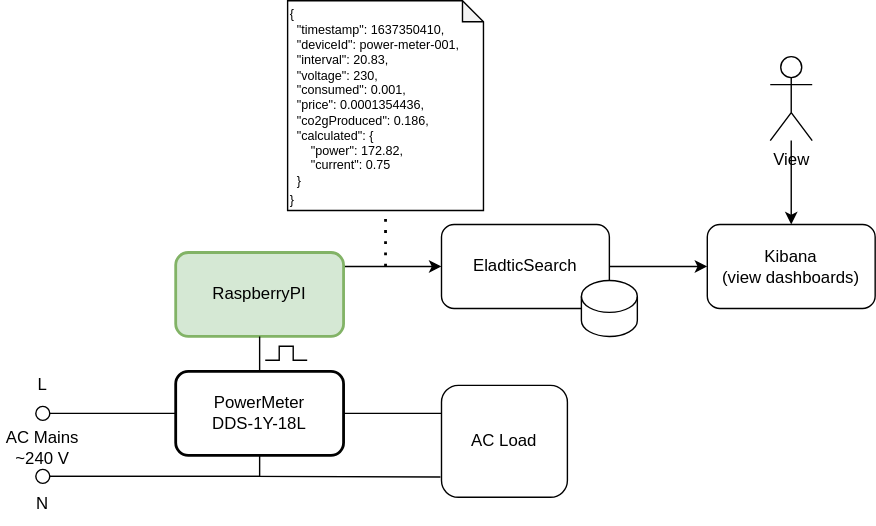
jveverka/rpi-projects keeps this draw.io diagram as rpi-powermeter/docs/rpi-powermeter-architecture.svg. Above is the earlier version. Source tidied: cells renumbered, new cells last; positions are measured from the earlier drawing's top-left corner, leaving out a move shared by most shapes.
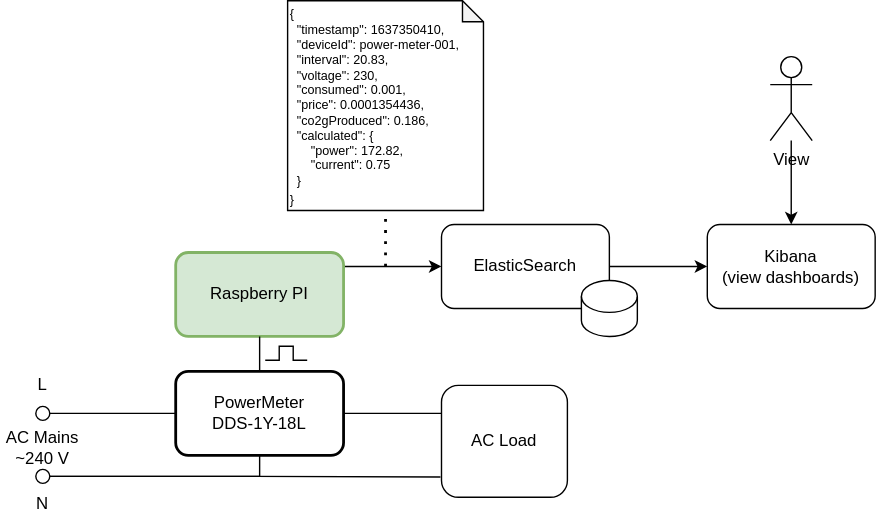
Later version of the same file.

Diff of the diagram source:
```diff
@@ -10,13 +10,13 @@
         </Array>
       </mxGeometry>
     </mxCell>
-    <mxCell id="3" value="&lt;span&gt;RaspberryPI&lt;/span&gt;" style="rounded=1;whiteSpace=wrap;html=1;fillColor=#d5e8d4;strokeColor=#82b366;strokeWidth=2;" parent="1" vertex="1">
+    <mxCell id="3" value="&lt;span&gt;Raspberry PI&lt;/span&gt;" style="rounded=1;whiteSpace=wrap;html=1;fillColor=#d5e8d4;strokeColor=#82b366;strokeWidth=2;" parent="1" vertex="1">
       <mxGeometry x="125" y="180" width="120" height="60" as="geometry" />
     </mxCell>
     <mxCell id="4" style="edgeStyle=orthogonalEdgeStyle;rounded=0;jettySize=auto;html=1;" parent="1" edge="1" source="5" target="6">
       <mxGeometry relative="1" as="geometry" />
     </mxCell>
-    <mxCell id="5" value="EladticSearch" style="rounded=1;whiteSpace=wrap;html=1;" parent="1" vertex="1">
+    <mxCell id="5" value="ElasticSearch" style="rounded=1;whiteSpace=wrap;html=1;" parent="1" vertex="1">
       <mxGeometry x="315" y="160" width="120" height="60" as="geometry" />
     </mxCell>
     <mxCell id="6" value="Kibana&lt;br&gt;(view dashboards)" style="rounded=1;whiteSpace=wrap;html=1;" parent="1" vertex="1">
```
